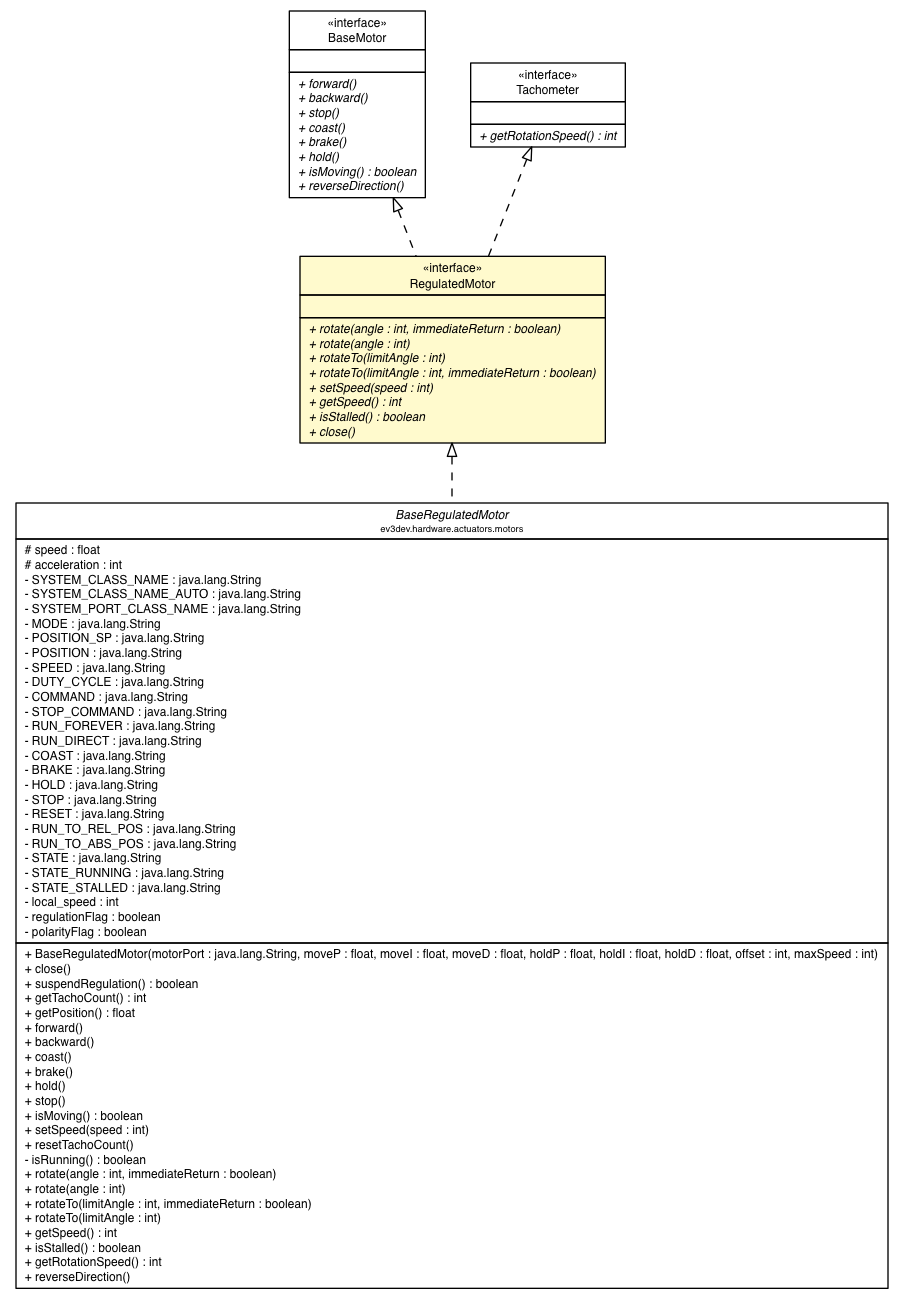
This is docs/api/lejos/robotics/RegulatedMotor.png from ev3dev-lang-java/ev3dev-lang-java, a Graphviz export, as it was before one commit. Its source is kept beside it as docs/api/lejos/robotics/RegulatedMotor.dot.
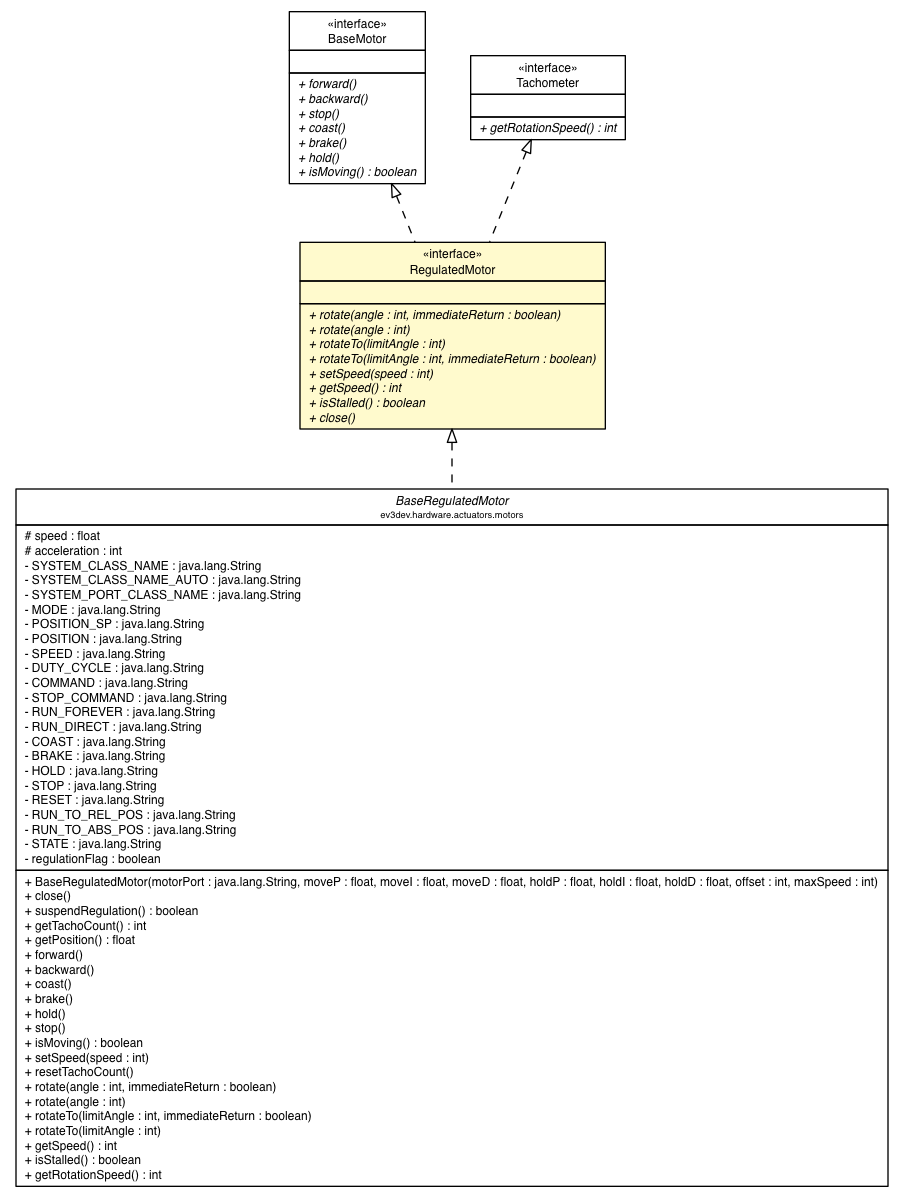
Above is the later version.

What changed in the source:
```diff
@@ -32,11 +32,7 @@
 <tr><td align="left" balign="left"> - RUN_TO_REL_POS : java.lang.String </td></tr>
 <tr><td align="left" balign="left"> - RUN_TO_ABS_POS : java.lang.String </td></tr>
 <tr><td align="left" balign="left"> - STATE : java.lang.String </td></tr>
-<tr><td align="left" balign="left"> - STATE_RUNNING : java.lang.String </td></tr>
-<tr><td align="left" balign="left"> - STATE_STALLED : java.lang.String </td></tr>
-<tr><td align="left" balign="left"> - local_speed : int </td></tr>
 <tr><td align="left" balign="left"> - regulationFlag : boolean </td></tr>
-<tr><td align="left" balign="left"> - polarityFlag : boolean </td></tr>
 		</table></td></tr>
 		<tr><td><table border="0" cellspacing="0" cellpadding="1">
 <tr><td align="left" balign="left"> + BaseRegulatedMotor(motorPort : java.lang.String, moveP : float, moveI : float, moveD : float, holdP : float, holdI : float, holdD : float, offset : int, maxSpeed : int) </td></tr>
@@ -53,7 +49,6 @@
 <tr><td align="left" balign="left"> + isMoving() : boolean </td></tr>
 <tr><td align="left" balign="left"> + setSpeed(speed : int) </td></tr>
 <tr><td align="left" balign="left"> + resetTachoCount() </td></tr>
-<tr><td align="left" balign="left"> - isRunning() : boolean </td></tr>
 <tr><td align="left" balign="left"> + rotate(angle : int, immediateReturn : boolean) </td></tr>
 <tr><td align="left" balign="left"> + rotate(angle : int) </td></tr>
 <tr><td align="left" balign="left"> + rotateTo(limitAngle : int, immediateReturn : boolean) </td></tr>
@@ -61,7 +56,6 @@
 <tr><td align="left" balign="left"> + getSpeed() : int </td></tr>
 <tr><td align="left" balign="left"> + isStalled() : boolean </td></tr>
 <tr><td align="left" balign="left"> + getRotationSpeed() : int </td></tr>
-<tr><td align="left" balign="left"> + reverseDirection() </td></tr>
 		</table></td></tr>
 		</table>>, URL="../../ev3dev/hardware/actuators/motors/BaseRegulatedMotor.html", fontname="Helvetica", fontcolor="black", fontsize=9.0];
 	c5963 [label=<<table title="lejos.robotics.BaseMotor" border="0" cellborder="1" cellspacing="0" cellpadding="2" port="p" href="./BaseMotor.html">
@@ -80,7 +74,6 @@
 <tr><td align="left" balign="left"><font face="Helvetica-Oblique" point-size="9.0"> + brake() </font></td></tr>
 <tr><td align="left" balign="left"><font face="Helvetica-Oblique" point-size="9.0"> + hold() </font></td></tr>
 <tr><td align="left" balign="left"><font face="Helvetica-Oblique" point-size="9.0"> + isMoving() : boolean </font></td></tr>
-<tr><td align="left" balign="left"><font face="Helvetica-Oblique" point-size="9.0"> + reverseDirection() </font></td></tr>
 		</table></td></tr>
 		</table>>, URL="./BaseMotor.html", fontname="Helvetica", fontcolor="black", fontsize=9.0];
 	c5970 [label=<<table title="lejos.robotics.RegulatedMotor" border="0" cellborder="1" cellspacing="0" cellpadding="2" port="p" bgcolor="lemonChiffon" href="./RegulatedMotor.html">
```
